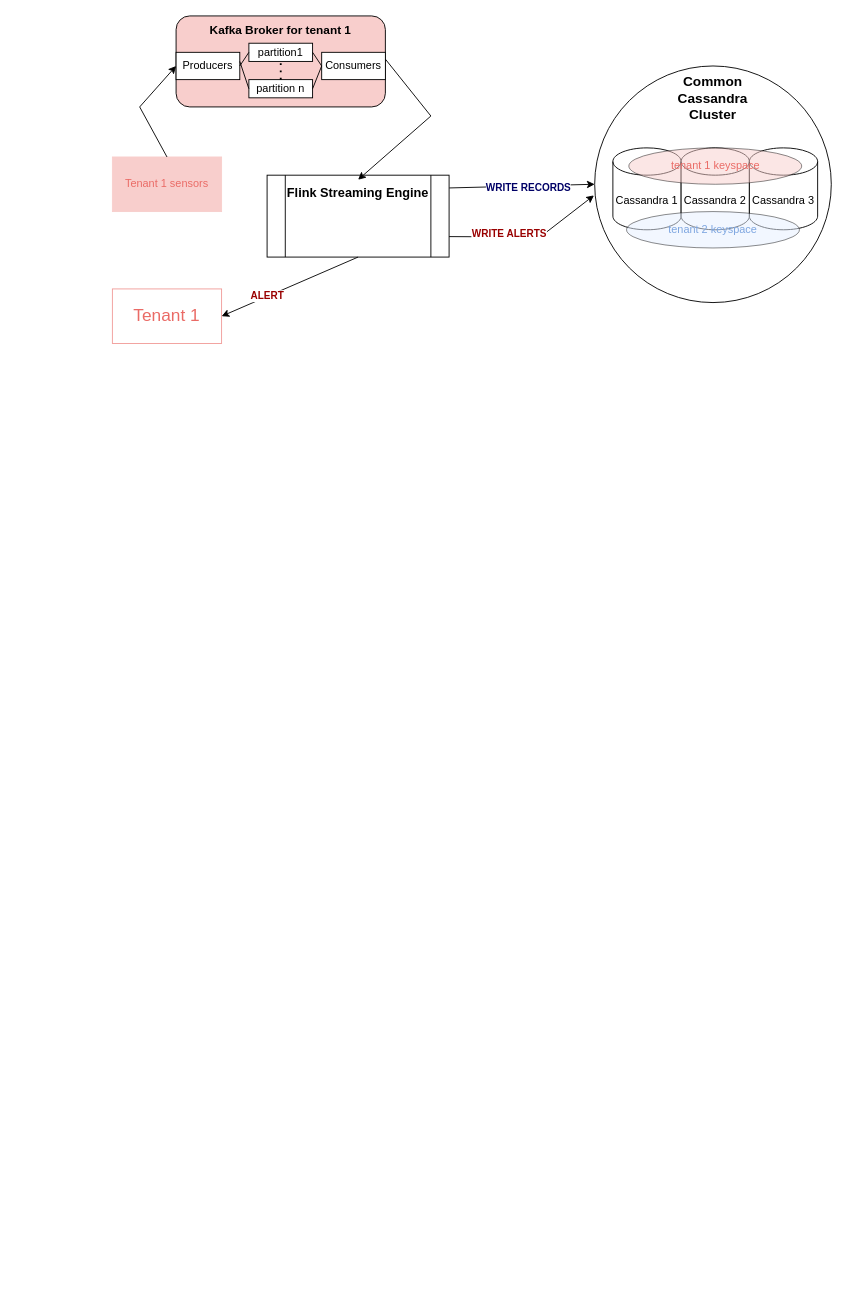
This is assignment-3-103803829/code/figures/ass3.drawio from Cristiana-Cocheci/BigDataPlatforms, a draw.io file, before an edit. Source tidied: cells renumbered, new cells numbered last; positions are measured from the earlier drawing's top-left corner, leaving out a move shared by most shapes. Both pictures are drawn from the tidied source at 91%, with x=0, y=0 at pixel (112, 15).
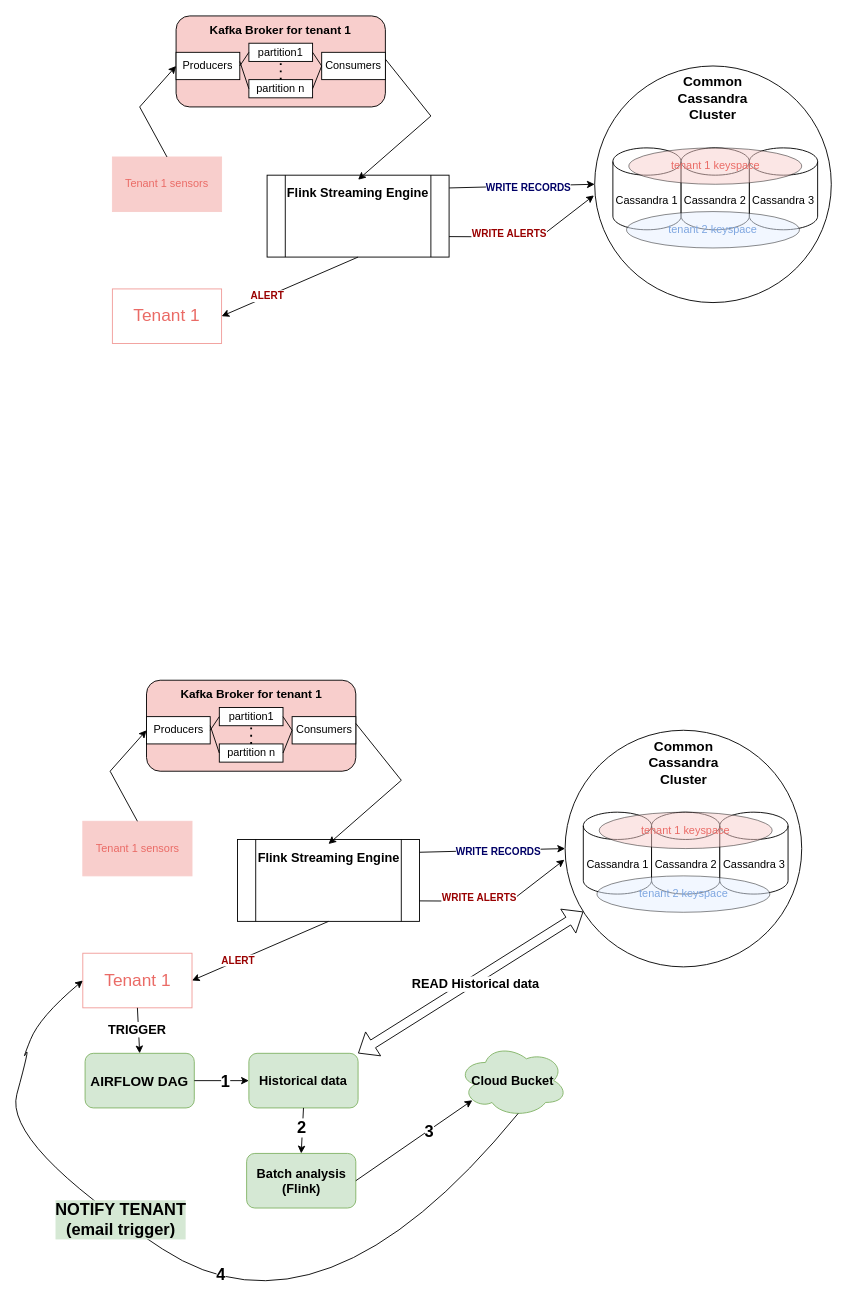
After the change.

The edit, as a diff of the source:
```diff
@@
+    <mxCell id="32" style="ellipse;whiteSpace=wrap;html=1;" parent="1" vertex="1">
+      <mxGeometry x="497.5" y="785" width="260" height="260" as="geometry" />
+    </mxCell>
+    <mxCell id="33" value="&lt;b&gt;&lt;font style=&quot;font-size: 15px;&quot;&gt;Common Cassandra Cluster&lt;/font&gt;&lt;/b&gt;" style="text;html=1;whiteSpace=wrap;strokeColor=none;fillColor=none;align=center;verticalAlign=middle;rounded=0;" parent="1" vertex="1">
+      <mxGeometry x="572.5" y="805" width="110" height="30" as="geometry" />
+    </mxCell>
+    <mxCell id="34" value="Cassandra 1" style="shape=cylinder3;whiteSpace=wrap;html=1;boundedLbl=1;backgroundOutline=1;size=15;" parent="1" vertex="1">
+      <mxGeometry x="517.5" y="875" width="75" height="90" as="geometry" />
+    </mxCell>
+    <mxCell id="35" value="Cassandra 2" style="shape=cylinder3;whiteSpace=wrap;html=1;boundedLbl=1;backgroundOutline=1;size=15;" parent="1" vertex="1">
+      <mxGeometry x="592.5" y="875" width="75" height="90" as="geometry" />
+    </mxCell>
+    <mxCell id="36" value="Cassandra 3" style="shape=cylinder3;whiteSpace=wrap;html=1;boundedLbl=1;backgroundOutline=1;size=15;" parent="1" vertex="1">
+      <mxGeometry x="667.5" y="875" width="75" height="90" as="geometry" />
+    </mxCell>
+    <mxCell id="37" value="&lt;font style=&quot;color: rgb(234, 107, 102);&quot;&gt;tenant 1 keyspace&lt;/font&gt;" style="ellipse;whiteSpace=wrap;html=1;fillColor=#F8CECC;opacity=50;" parent="1" vertex="1">
+      <mxGeometry x="535" y="875" width="190" height="40" as="geometry" />
+    </mxCell>
+    <mxCell id="38" value="&lt;font style=&quot;color: rgb(126, 166, 224);&quot;&gt;tenant 2 keyspace&lt;/font&gt;" style="ellipse;whiteSpace=wrap;html=1;fillColor=#E5F0FF;opacity=50;" parent="1" vertex="1">
+      <mxGeometry x="532.5" y="945" width="190" height="40" as="geometry" />
+    </mxCell>
+    <mxCell id="39" value="&lt;font style=&quot;color: rgb(234, 107, 102);&quot;&gt;Tenant 1 sensors&lt;/font&gt;" style="rounded=0;whiteSpace=wrap;html=1;strokeColor=#F8CECC;fillColor=#F8CECC;" parent="1" vertex="1">
+      <mxGeometry x="-32.5" y="885" width="120" height="60" as="geometry" />
+    </mxCell>
+    <mxCell id="40" style="rounded=1;whiteSpace=wrap;html=1;fillColor=#F8CECC;" parent="1" vertex="1">
+      <mxGeometry x="37.5" y="730" width="230" height="100" as="geometry" />
+    </mxCell>
+    <mxCell id="41" value="&lt;b&gt;&lt;font style=&quot;font-size: 13px;&quot;&gt;Kafka Broker for tenant 1&lt;/font&gt;&lt;/b&gt;" style="text;html=1;whiteSpace=wrap;strokeColor=none;fillColor=none;align=center;verticalAlign=middle;rounded=0;" parent="1" vertex="1">
+      <mxGeometry x="67.5" y="730" width="170" height="30" as="geometry" />
+    </mxCell>
+    <mxCell id="42" value="partition1" style="rounded=0;whiteSpace=wrap;html=1;" parent="1" vertex="1">
+      <mxGeometry x="117.5" y="760" width="70" height="20" as="geometry" />
+    </mxCell>
+    <mxCell id="43" value="partition n" style="rounded=0;whiteSpace=wrap;html=1;" parent="1" vertex="1">
+      <mxGeometry x="117.5" y="800" width="70" height="20" as="geometry" />
+    </mxCell>
+    <mxCell id="44" style="endArrow=none;dashed=1;html=1;dashPattern=1 3;strokeWidth=2;rounded=0;entryX=0.5;entryY=1;entryDx=0;entryDy=0;exitX=0.5;exitY=0;exitDx=0;exitDy=0;" parent="1" edge="1" source="43" target="42">
+      <mxGeometry relative="1" as="geometry" />
+    </mxCell>
+    <mxCell id="45" value="Producers" style="rounded=0;whiteSpace=wrap;html=1;" parent="1" vertex="1">
+      <mxGeometry x="37.5" y="770" width="70" height="30" as="geometry" />
+    </mxCell>
+    <mxCell id="46" value="Consumers" style="rounded=0;whiteSpace=wrap;html=1;" parent="1" vertex="1">
+      <mxGeometry x="197.5" y="770" width="70" height="30" as="geometry" />
+    </mxCell>
+    <mxCell id="47" style="endArrow=none;html=1;rounded=0;exitX=1;exitY=0.5;exitDx=0;exitDy=0;entryX=0;entryY=0.5;entryDx=0;entryDy=0;" parent="1" edge="1" source="45" target="42">
+      <mxGeometry relative="1" as="geometry" />
+    </mxCell>
+    <mxCell id="48" style="endArrow=none;html=1;rounded=0;exitX=0;exitY=0.5;exitDx=0;exitDy=0;entryX=0;entryY=0.5;entryDx=0;entryDy=0;" parent="1" edge="1" source="43">
+      <mxGeometry relative="1" as="geometry">
+        <mxPoint x="107.5" y="780" as="targetPoint" />
+      </mxGeometry>
+    </mxCell>
+    <mxCell id="49" style="endArrow=none;html=1;rounded=0;exitX=1;exitY=0.5;exitDx=0;exitDy=0;entryX=0;entryY=0.5;entryDx=0;entryDy=0;" parent="1" edge="1" source="42" target="46">
+      <mxGeometry relative="1" as="geometry" />
+    </mxCell>
+    <mxCell id="50" style="endArrow=none;html=1;rounded=0;entryX=0;entryY=0.5;entryDx=0;entryDy=0;exitX=1;exitY=0.5;exitDx=0;exitDy=0;" parent="1" edge="1" source="43" target="46">
+      <mxGeometry relative="1" as="geometry" />
+    </mxCell>
+    <mxCell id="51" style="endArrow=classic;html=1;rounded=0;exitX=0.5;exitY=0;exitDx=0;exitDy=0;entryX=0;entryY=0.5;entryDx=0;entryDy=0;" parent="1" edge="1" source="39" target="45">
+      <mxGeometry relative="1" as="geometry">
+        <Array as="points">
+          <mxPoint x="-2.5" y="830" />
+        </Array>
+      </mxGeometry>
+    </mxCell>
+    <mxCell id="52" style="shape=process;whiteSpace=wrap;html=1;backgroundOutline=1;" parent="1" vertex="1">
+      <mxGeometry x="137.5" y="905" width="200" height="90" as="geometry" />
+    </mxCell>
+    <mxCell id="53" value="&lt;b&gt;&lt;font style=&quot;font-size: 14px;&quot;&gt;Flink Streaming Engine&lt;/font&gt;&lt;/b&gt;" style="text;html=1;whiteSpace=wrap;strokeColor=none;fillColor=none;align=center;verticalAlign=middle;rounded=0;" parent="1" vertex="1">
+      <mxGeometry x="157.5" y="910" width="160" height="30" as="geometry" />
+    </mxCell>
+    <mxCell id="54" style="endArrow=classic;html=1;rounded=0;exitX=1.001;exitY=0.156;exitDx=0;exitDy=0;entryX=0;entryY=0.5;entryDx=0;entryDy=0;exitPerimeter=0;" parent="1" edge="1" source="52" target="32">
+      <mxGeometry relative="1" as="geometry" />
+    </mxCell>
+    <mxCell id="55" value="&lt;font style=&quot;color: rgb(0, 0, 102);&quot;&gt;&lt;b&gt;WRITE RECORDS&lt;/b&gt;&lt;/font&gt;" style="edgeLabel;html=1;align=center;verticalAlign=middle;" parent="54" vertex="1">
+      <mxGeometry x="0.08" y="-1" relative="1" as="geometry">
+        <mxPoint y="1" as="offset" />
+      </mxGeometry>
+    </mxCell>
+    <mxCell id="56" value="&lt;font style=&quot;color: rgb(234, 107, 102); font-size: 19px;&quot;&gt;Tenant 1&lt;/font&gt;" style="rounded=0;whiteSpace=wrap;html=1;strokeColor=#F19C99;" parent="1" vertex="1">
+      <mxGeometry x="-32.5" y="1030" width="120" height="60" as="geometry" />
+    </mxCell>
+    <mxCell id="57" style="endArrow=classic;html=1;rounded=0;exitX=0.5;exitY=1;exitDx=0;exitDy=0;entryX=1;entryY=0.5;entryDx=0;entryDy=0;" parent="1" edge="1" source="52" target="56">
+      <mxGeometry relative="1" as="geometry" />
+    </mxCell>
+    <mxCell id="58" value="&lt;b&gt;&lt;font style=&quot;&quot;&gt;ALERT&lt;/font&gt;&lt;/b&gt;" style="edgeLabel;html=1;align=center;verticalAlign=middle;fontColor=#990000;" parent="57" vertex="1">
+      <mxGeometry x="0.34" y="-1" relative="1" as="geometry">
+        <mxPoint x="1" as="offset" />
+      </mxGeometry>
+    </mxCell>
+    <mxCell id="59" style="endArrow=classic;html=1;rounded=0;exitX=1;exitY=0.75;exitDx=0;exitDy=0;entryX=-0.003;entryY=0.547;entryDx=0;entryDy=0;entryPerimeter=0;" parent="1" edge="1" source="52" target="32">
+      <mxGeometry relative="1" as="geometry">
+        <Array as="points">
+          <mxPoint x="437.5" y="973" />
+        </Array>
+      </mxGeometry>
+    </mxCell>
+    <mxCell id="60" value="&lt;font style=&quot;color: rgb(153, 0, 0);&quot;&gt;&lt;b&gt;WRITE ALERTS&lt;/b&gt;&lt;/font&gt;" style="edgeLabel;html=1;align=center;verticalAlign=middle;" parent="59" vertex="1">
+      <mxGeometry x="-0.26" y="4" relative="1" as="geometry" />
+    </mxCell>
+    <mxCell id="61" style="endArrow=classic;html=1;rounded=0;exitX=1;exitY=0.25;exitDx=0;exitDy=0;entryX=0.5;entryY=0;entryDx=0;entryDy=0;" parent="1" edge="1" source="46" target="53">
+      <mxGeometry relative="1" as="geometry">
+        <Array as="points">
+          <mxPoint x="317.5" y="840" />
+        </Array>
+      </mxGeometry>
+    </mxCell>
+    <mxCell id="62" value="&lt;font style=&quot;font-size: 15px;&quot;&gt;&lt;b&gt;AIRFLOW DAG&lt;/b&gt;&lt;/font&gt;" style="rounded=1;whiteSpace=wrap;html=1;fillColor=#d5e8d4;strokeColor=#82b366;" parent="1" vertex="1">
+      <mxGeometry x="-30" y="1140" width="120" height="60" as="geometry" />
+    </mxCell>
+    <mxCell id="63" style="endArrow=classic;html=1;rounded=0;exitX=0.5;exitY=1;exitDx=0;exitDy=0;entryX=0.5;entryY=0;entryDx=0;entryDy=0;" parent="1" edge="1" source="56" target="62">
+      <mxGeometry relative="1" as="geometry" />
+    </mxCell>
+    <mxCell id="64" value="&lt;font style=&quot;font-size: 14px;&quot;&gt;&lt;b&gt;TRIGGER&lt;/b&gt;&lt;/font&gt;" style="edgeLabel;html=1;align=center;verticalAlign=middle;" parent="63" vertex="1">
+      <mxGeometry x="-0.08" y="-2" relative="1" as="geometry" />
+    </mxCell>
+    <mxCell id="65" value="&lt;font style=&quot;font-size: 14px;&quot;&gt;&lt;b&gt;Historical data&lt;/b&gt;&lt;/font&gt;" style="rounded=1;whiteSpace=wrap;html=1;fillColor=#d5e8d4;strokeColor=#82b366;" parent="1" vertex="1">
+      <mxGeometry x="150" y="1140" width="120" height="60" as="geometry" />
+    </mxCell>
+    <mxCell id="66" style="endArrow=classic;html=1;rounded=0;exitX=1;exitY=0.5;exitDx=0;exitDy=0;entryX=0;entryY=0.5;entryDx=0;entryDy=0;" parent="1" edge="1" source="62" target="65">
+      <mxGeometry relative="1" as="geometry" />
+    </mxCell>
+    <mxCell id="67" value="&lt;b&gt;&lt;font style=&quot;font-size: 18px;&quot;&gt;1&lt;/font&gt;&lt;/b&gt;" style="edgeLabel;html=1;align=center;verticalAlign=middle;" parent="66" vertex="1">
+      <mxGeometry x="0.1" relative="1" as="geometry" />
+    </mxCell>
+    <mxCell id="68" style="shape=flexArrow;endArrow=classic;startArrow=classic;html=1;rounded=0;exitX=1;exitY=0;exitDx=0;exitDy=0;" parent="1" edge="1" source="65" target="32">
+      <mxGeometry relative="1" as="geometry" />
+    </mxCell>
+    <mxCell id="69" value="&lt;font style=&quot;font-size: 14px;&quot;&gt;&lt;b&gt;READ Historical data&lt;/b&gt;&lt;/font&gt;" style="edgeLabel;html=1;align=center;verticalAlign=middle;" parent="68" vertex="1">
+      <mxGeometry x="0.02" y="-4" relative="1" as="geometry">
+        <mxPoint y="-1" as="offset" />
+      </mxGeometry>
+    </mxCell>
+    <mxCell id="70" value="&lt;b&gt;&lt;font style=&quot;font-size: 14px;&quot;&gt;Batch analysis&lt;/font&gt;&lt;/b&gt;&lt;div&gt;&lt;b&gt;&lt;font style=&quot;font-size: 14px;&quot;&gt;(Flink)&lt;/font&gt;&lt;/b&gt;&lt;/div&gt;" style="rounded=1;whiteSpace=wrap;html=1;fillColor=#d5e8d4;strokeColor=#82b366;" parent="1" vertex="1">
+      <mxGeometry x="147.5" y="1250" width="120" height="60" as="geometry" />
+    </mxCell>
+    <mxCell id="71" style="endArrow=classic;html=1;rounded=0;exitX=0.5;exitY=1;exitDx=0;exitDy=0;entryX=0.5;entryY=0;entryDx=0;entryDy=0;" parent="1" edge="1" source="65" target="70">
+      <mxGeometry relative="1" as="geometry" />
+    </mxCell>
+    <mxCell id="72" value="&lt;b&gt;&lt;font style=&quot;font-size: 18px;&quot;&gt;2&lt;/font&gt;&lt;/b&gt;" style="edgeLabel;html=1;align=center;verticalAlign=middle;" parent="71" vertex="1">
+      <mxGeometry x="-0.14" y="-1" relative="1" as="geometry" />
+    </mxCell>
+    <mxCell id="73" value="&lt;font style=&quot;font-size: 14px;&quot;&gt;&lt;b&gt;Cloud Bucket&lt;/b&gt;&lt;/font&gt;" style="ellipse;shape=cloud;whiteSpace=wrap;html=1;fillColor=#d5e8d4;strokeColor=#82b366;" parent="1" vertex="1">
+      <mxGeometry x="380" y="1130" width="120" height="80" as="geometry" />
+    </mxCell>
+    <mxCell id="74" style="endArrow=classic;html=1;rounded=0;exitX=1;exitY=0.5;exitDx=0;exitDy=0;entryX=0.13;entryY=0.77;entryDx=0;entryDy=0;entryPerimeter=0;" parent="1" edge="1" source="70" target="73">
+      <mxGeometry relative="1" as="geometry" />
+    </mxCell>
+    <mxCell id="75" value="&lt;font style=&quot;font-size: 18px;&quot;&gt;&lt;b style=&quot;&quot;&gt;3&lt;/b&gt;&lt;/font&gt;" style="edgeLabel;html=1;align=center;verticalAlign=middle;" parent="74" vertex="1">
+      <mxGeometry x="0.23" relative="1" as="geometry">
+        <mxPoint x="1" as="offset" />
+      </mxGeometry>
+    </mxCell>
+    <mxCell id="76" style="curved=1;endArrow=classic;html=1;rounded=0;exitX=0.55;exitY=0.95;exitDx=0;exitDy=0;entryX=0;entryY=0.5;entryDx=0;entryDy=0;exitPerimeter=0;" parent="1" edge="1" source="73" target="56">
+      <mxGeometry relative="1" as="geometry">
+        <Array as="points">
+          <mxPoint x="230" y="1470" />
+          <mxPoint x="-120" y="1240" />
+          <mxPoint x="-90" y="1130" />
+          <mxPoint x="-100" y="1150" />
+          <mxPoint x="-80" y="1100" />
+        </Array>
+      </mxGeometry>
+    </mxCell>
+    <mxCell id="77" value="&lt;font style=&quot;font-size: 18px;&quot;&gt;&lt;b&gt;4&lt;/b&gt;&lt;/font&gt;" style="edgeLabel;html=1;align=center;verticalAlign=middle;" parent="76" vertex="1">
+      <mxGeometry x="-0.05" y="-11" relative="1" as="geometry">
+        <mxPoint x="-1" as="offset" />
+      </mxGeometry>
+    </mxCell>
+    <mxCell id="78" value="&lt;font style=&quot;font-size: 18px;&quot;&gt;&lt;b&gt;NOTIFY TENANT&lt;/b&gt;&lt;/font&gt;&lt;div&gt;&lt;font style=&quot;font-size: 18px;&quot;&gt;&lt;b&gt;(email trigger)&lt;/b&gt;&lt;/font&gt;&lt;/div&gt;" style="edgeLabel;html=1;align=center;verticalAlign=middle;labelBackgroundColor=#D5E8D4;" parent="76" vertex="1">
+      <mxGeometry x="0.2" y="-2" relative="1" as="geometry" />
+    </mxCell>
```
